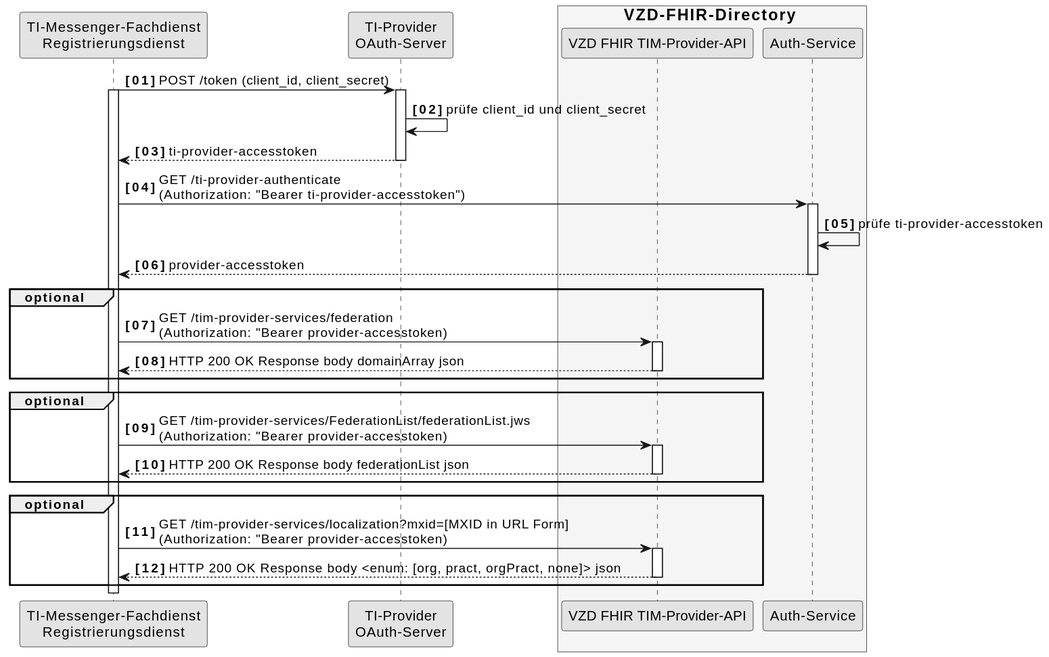
This is images/diagrams/SequenceDiagram.FHIR-Directory.tim_provider_services.svg from gematik/api-vzd, a PlantUML export, as it was before one commit.
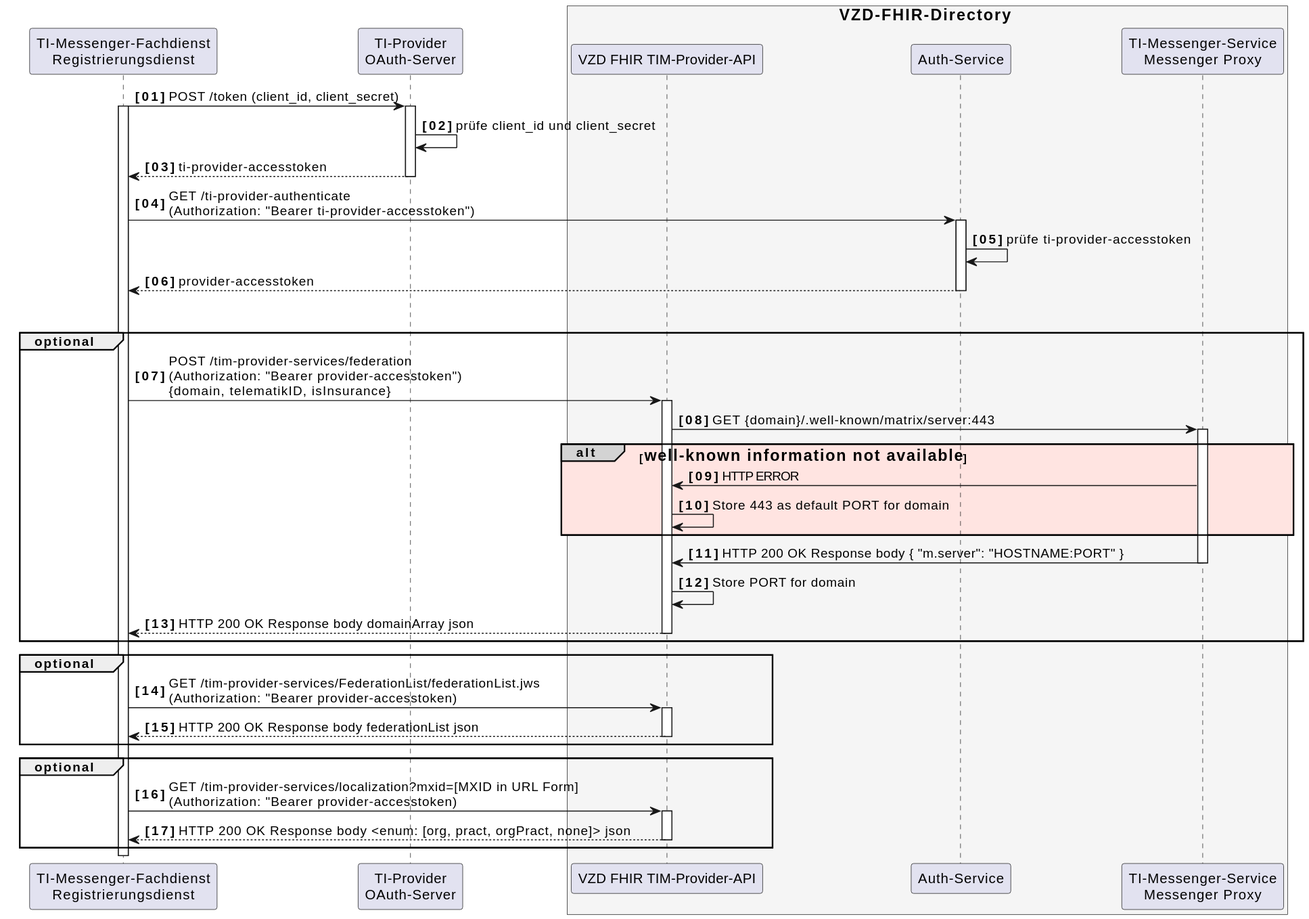
After the commit.

The edit, as a diff of the source:
```diff
@@ -1,7 +1,8 @@
 @startuml SequenceDiagram.FHIR-Directory.tim_provider_services
 skinparam dpi 100
 skinparam WrapWidth 200
-skinparam monochrome true
+skinparam monochrome false
+
 autonumber "<b>[00]"
 
 participant rd as "TI-Messenger-Fachdienst\nRegistrierungsdienst"
@@ -9,6 +10,8 @@
 box <size:16>VZD-FHIR-Directory</size> #WhiteSmoke
 participant fp as "VZD FHIR TIM-Provider-API"
 participant fa as "Auth-Service"
+participant hs as "TI-Messenger-Service\nMessenger Proxy"
+
 end box
 
 rd -> oa: POST /token (client_id, client_secret)
@@ -24,9 +27,23 @@
 fa --> rd: provider-accesstoken
 deactivate fa
 
+
+alt#LightGrey #MISTYROSE  <size:16>Matrix-Domain nicht in der Föderation enthalten</size>
 group optional
-rd -> fp: GET /tim-provider-services/federation\n(Authorization: "Bearer provider-accesstoken)
+rd -> fp: POST /tim-provider-services/federation\n(Authorization: "Bearer provider-accesstoken")\n{domain, telematikID, isInsurance}
 activate fp
+fp -> hs: GET {domain}/.well-known/matrix/server:443
+activate hs
+alt#LightGrey #MISTYROSE  <size:16>well-known information not available</size>
+hs -> fp: HTTP ERROR
+fp -> fp: Store 443 as default PORT for domain
+end
+
+hs -> fp : HTTP 200 OK Response body { "m.server": "HOSTNAME:PORT" }
+deactivate hs
+fp -> fp : Store PORT for domain
+
+
 fp --> rd: HTTP 200 OK Response body domainArray json
 deactivate fp
 end
```
